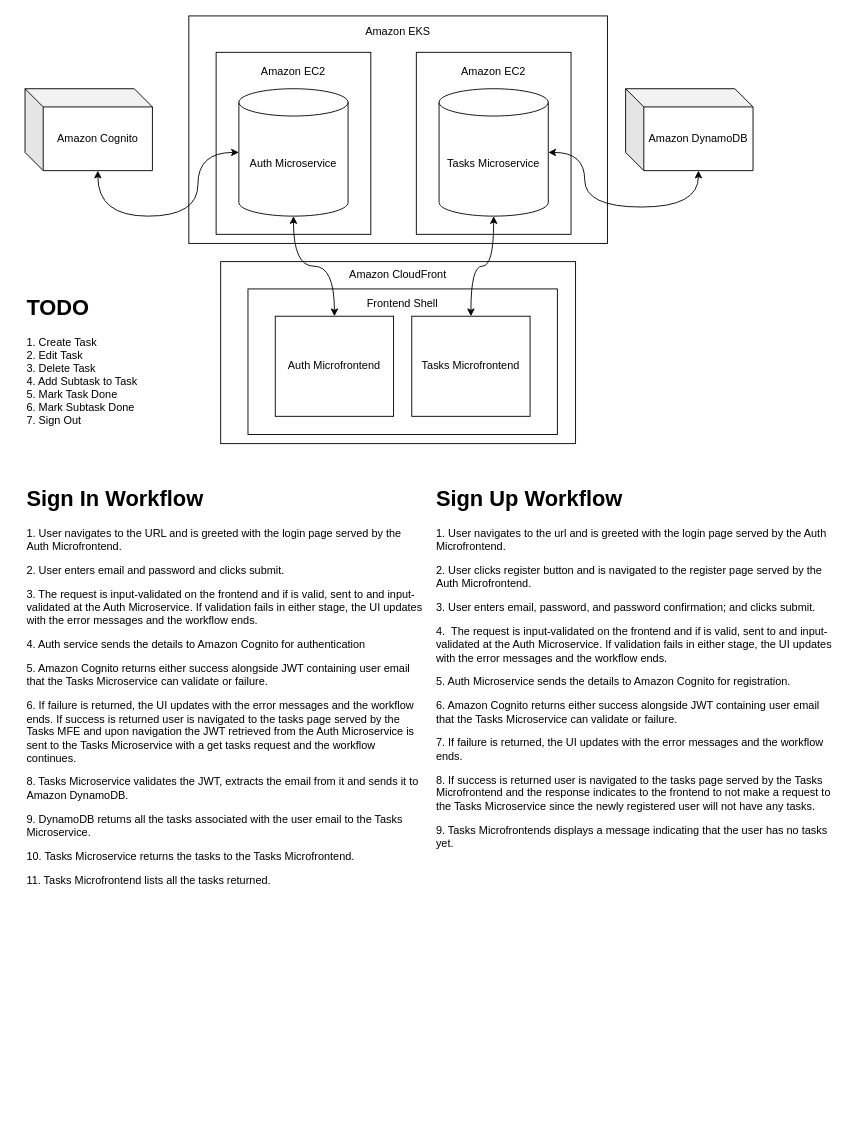
This is _diagrams/main.drawio from wlnzed/mytasks, a draw.io file, before an edit. Source tidied: cells renumbered, new cells numbered last; positions are measured from the earlier drawing's top-left corner, leaving out a move shared by most shapes. Both pictures are drawn from the tidied source at 91%, with x=0, y=0 at pixel (25, 15).
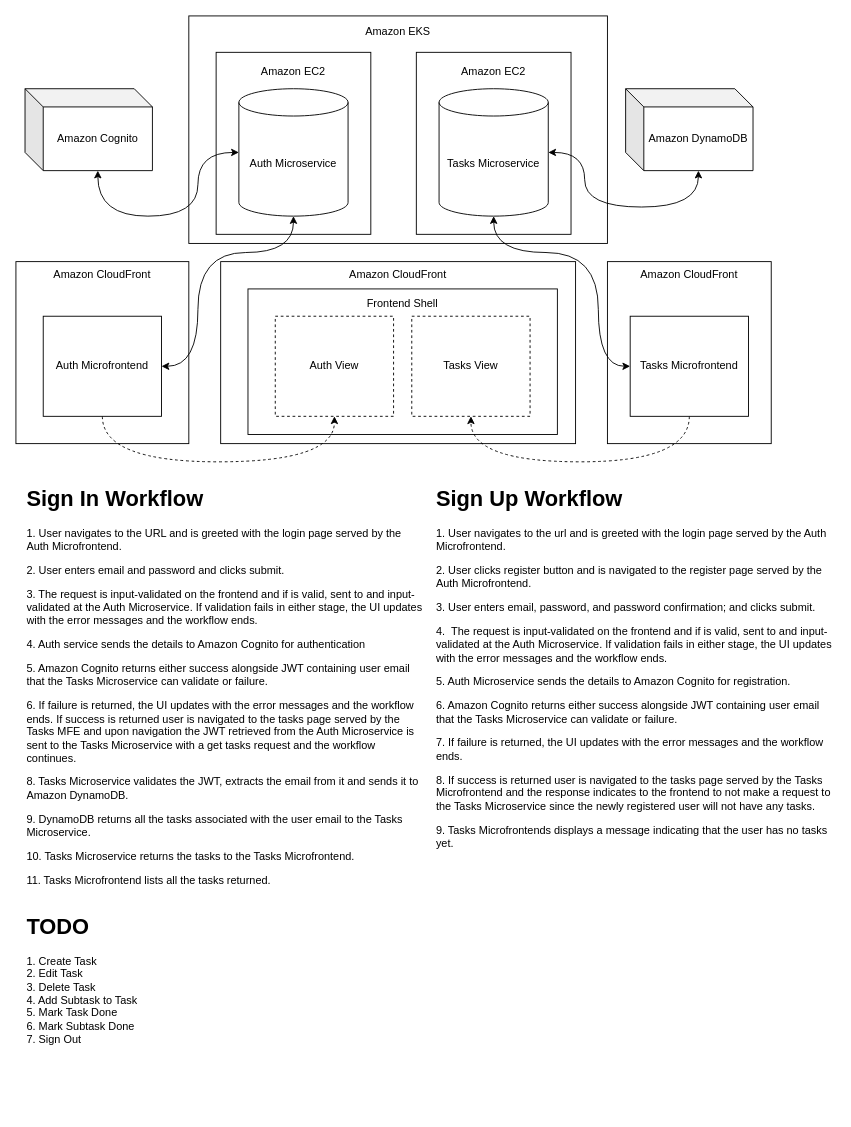
The same diagram, later.

Commit message:
update main diagram to reflect MFE pattern

The change refers to these unchanged cells:
```xml
<mxCell id="6" value="Auth Microservice" style="shape=cylinder3;whiteSpace=wrap;html=1;boundedLbl=1;backgroundOutline=1;size=15;" parent="1" vertex="1">
  <mxGeometry x="235" y="80" width="120" height="140" as="geometry" />
</mxCell>
<mxCell id="7" value="Tasks Microservice" style="shape=cylinder3;whiteSpace=wrap;html=1;boundedLbl=1;backgroundOutline=1;size=15;" parent="1" vertex="1">
  <mxGeometry x="455" y="80" width="120" height="140" as="geometry" />
</mxCell>
```

The edit, as a diff of the source:
```diff
@@
+    <mxCell id="20" value="Amazon CloudFront&lt;div&gt;&lt;br&gt;&lt;/div&gt;&lt;div&gt;&lt;br&gt;&lt;/div&gt;&lt;div&gt;&lt;br&gt;&lt;/div&gt;&lt;div&gt;&lt;br&gt;&lt;/div&gt;&lt;div&gt;&lt;br&gt;&lt;/div&gt;&lt;div&gt;&lt;br&gt;&lt;/div&gt;&lt;div&gt;&lt;br&gt;&lt;/div&gt;&lt;div&gt;&lt;br&gt;&lt;/div&gt;&lt;div&gt;&lt;br&gt;&lt;/div&gt;&lt;div&gt;&lt;br&gt;&lt;/div&gt;&lt;div&gt;&lt;br&gt;&lt;/div&gt;&lt;div&gt;&lt;br&gt;&lt;/div&gt;" style="rounded=0;whiteSpace=wrap;html=1;" parent="1" vertex="1">
+      <mxGeometry x="640" y="270" width="180" height="200" as="geometry" />
+    </mxCell>
+    <mxCell id="21" value="Amazon CloudFront&lt;div&gt;&lt;br&gt;&lt;/div&gt;&lt;div&gt;&lt;br&gt;&lt;/div&gt;&lt;div&gt;&lt;br&gt;&lt;/div&gt;&lt;div&gt;&lt;br&gt;&lt;/div&gt;&lt;div&gt;&lt;br&gt;&lt;/div&gt;&lt;div&gt;&lt;br&gt;&lt;/div&gt;&lt;div&gt;&lt;br&gt;&lt;/div&gt;&lt;div&gt;&lt;br&gt;&lt;/div&gt;&lt;div&gt;&lt;br&gt;&lt;/div&gt;&lt;div&gt;&lt;br&gt;&lt;/div&gt;&lt;div&gt;&lt;br&gt;&lt;/div&gt;&lt;div&gt;&lt;br&gt;&lt;/div&gt;" style="rounded=0;whiteSpace=wrap;html=1;" parent="1" vertex="1">
+      <mxGeometry x="-10" y="270" width="190" height="200" as="geometry" />
+    </mxCell>
@@
-    <mxCell id="9" value="Auth Microfrontend" style="rounded=0;whiteSpace=wrap;html=1;" parent="1" vertex="1">
+    <mxCell id="9" value="Auth View" style="rounded=0;whiteSpace=wrap;html=1;dashed=1;" parent="1" vertex="1">
       <mxGeometry x="275" y="330" width="130" height="110" as="geometry" />
     </mxCell>
-    <mxCell id="10" value="Tasks Microfrontend" style="rounded=0;whiteSpace=wrap;html=1;" parent="1" vertex="1">
+    <mxCell id="10" value="Tasks View" style="rounded=0;whiteSpace=wrap;html=1;dashed=1;" parent="1" vertex="1">
       <mxGeometry x="425" y="330" width="130" height="110" as="geometry" />
     </mxCell>
-    <mxCell id="11" style="edgeStyle=orthogonalEdgeStyle;rounded=0;jettySize=auto;html=1;entryX=0.5;entryY=1;entryDx=0;entryDy=0;entryPerimeter=0;curved=1;startArrow=classic;startFill=1;" parent="1" edge="1" source="9" target="6">
-      <mxGeometry relative="1" as="geometry" />
+    <mxCell id="11" style="edgeStyle=orthogonalEdgeStyle;rounded=0;jettySize=auto;html=1;entryX=0.5;entryY=1;entryDx=0;entryDy=0;entryPerimeter=0;curved=1;startArrow=classic;startFill=1;exitX=1;exitY=0.5;exitDx=0;exitDy=0;" parent="1" edge="1" source="23" target="6">
+      <mxGeometry relative="1" as="geometry">
+        <Array as="points">
+          <mxPoint x="190" y="385" />
+          <mxPoint x="190" y="260" />
+          <mxPoint x="295" y="260" />
+        </Array>
+      </mxGeometry>
     </mxCell>
-    <mxCell id="12" style="edgeStyle=orthogonalEdgeStyle;rounded=0;jettySize=auto;html=1;exitX=0.5;exitY=0;exitDx=0;exitDy=0;entryX=0.5;entryY=1;entryDx=0;entryDy=0;entryPerimeter=0;startArrow=classic;startFill=1;curved=1;" parent="1" edge="1" source="10" target="7">
-      <mxGeometry relative="1" as="geometry" />
+    <mxCell id="12" style="edgeStyle=orthogonalEdgeStyle;rounded=0;jettySize=auto;html=1;exitX=0;exitY=0.5;exitDx=0;exitDy=0;entryX=0.5;entryY=1;entryDx=0;entryDy=0;entryPerimeter=0;startArrow=classic;startFill=1;curved=1;" parent="1" edge="1" source="25" target="7">
+      <mxGeometry relative="1" as="geometry">
+        <Array as="points">
+          <mxPoint x="630" y="385" />
+          <mxPoint x="630" y="260" />
+          <mxPoint x="515" y="260" />
+        </Array>
+      </mxGeometry>
     </mxCell>
@@
     <mxCell id="17" value="&lt;h1 style=&quot;margin-top: 0px;&quot;&gt;TODO&lt;/h1&gt;&lt;div&gt;1. Create Task&lt;/div&gt;&lt;div&gt;2. Edit Task&lt;/div&gt;&lt;div&gt;3. Delete Task&lt;/div&gt;&lt;div&gt;4. Add Subtask to Task&lt;/div&gt;&lt;div&gt;5. Mark Task Done&lt;/div&gt;&lt;div&gt;6. Mark Subtask Done&lt;/div&gt;&lt;div&gt;7. Sign Out&lt;/div&gt;" style="text;html=1;whiteSpace=wrap;overflow=hidden;rounded=0;" parent="1" vertex="1">
-      <mxGeometry y="300" width="170" height="220" as="geometry" />
+      <mxGeometry y="980" width="170" height="220" as="geometry" />
     </mxCell>
@@
+    <mxCell id="22" style="edgeStyle=orthogonalEdgeStyle;rounded=0;jettySize=auto;html=1;exitX=0.5;exitY=1;exitDx=0;exitDy=0;entryX=0.5;entryY=1;entryDx=0;entryDy=0;curved=1;dashed=1;" parent="1" edge="1" source="23" target="9">
+      <mxGeometry relative="1" as="geometry">
+        <Array as="points">
+          <mxPoint x="85" y="490" />
+          <mxPoint x="340" y="490" />
+        </Array>
+      </mxGeometry>
+    </mxCell>
+    <mxCell id="23" value="Auth Microfrontend" style="rounded=0;whiteSpace=wrap;html=1;" parent="1" vertex="1">
+      <mxGeometry x="20" y="330" width="130" height="110" as="geometry" />
+    </mxCell>
+    <mxCell id="24" style="edgeStyle=orthogonalEdgeStyle;rounded=0;jettySize=auto;html=1;exitX=0.5;exitY=1;exitDx=0;exitDy=0;entryX=0.5;entryY=1;entryDx=0;entryDy=0;curved=1;dashed=1;" parent="1" edge="1" source="25" target="10">
+      <mxGeometry relative="1" as="geometry">
+        <Array as="points">
+          <mxPoint x="730" y="490" />
+          <mxPoint x="490" y="490" />
+        </Array>
+      </mxGeometry>
+    </mxCell>
+    <mxCell id="25" value="Tasks Microfrontend" style="rounded=0;whiteSpace=wrap;html=1;" parent="1" vertex="1">
+      <mxGeometry x="665" y="330" width="130" height="110" as="geometry" />
+    </mxCell>
```
